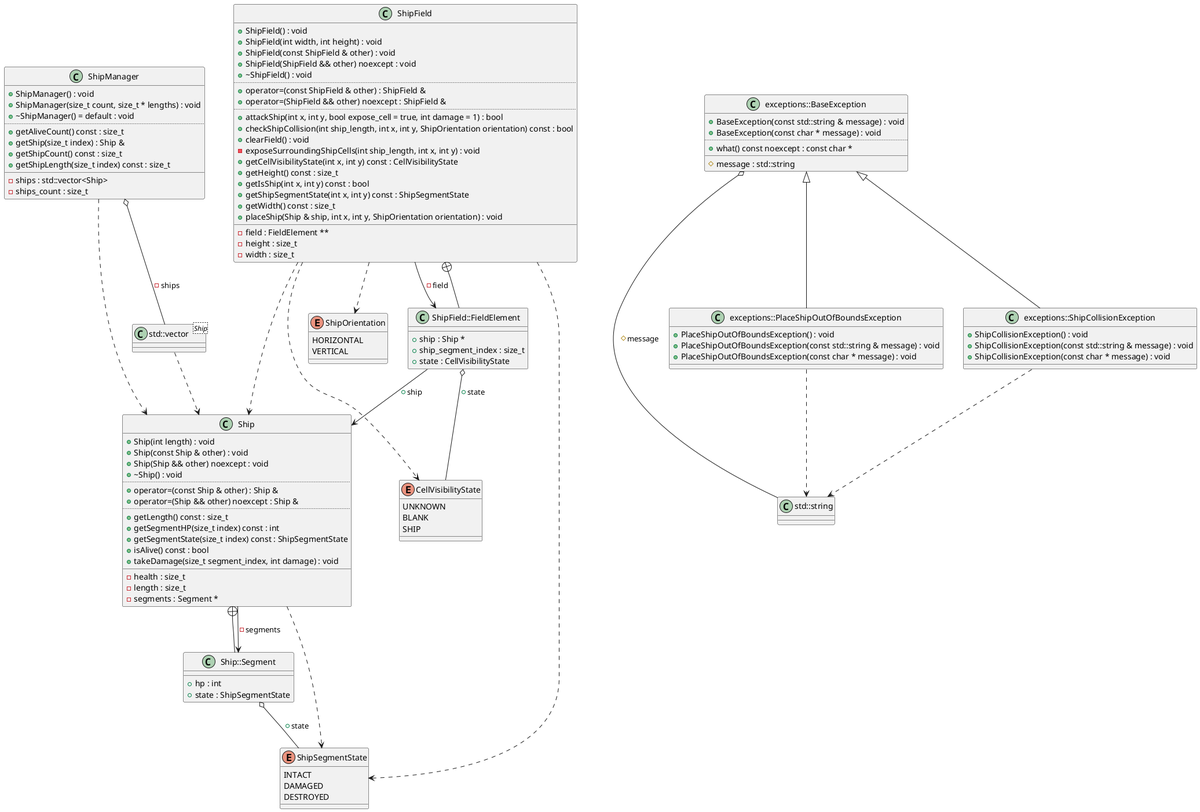
Earlier version of the PlantUML export diagrams/lb1.png (Rennelv/ships).
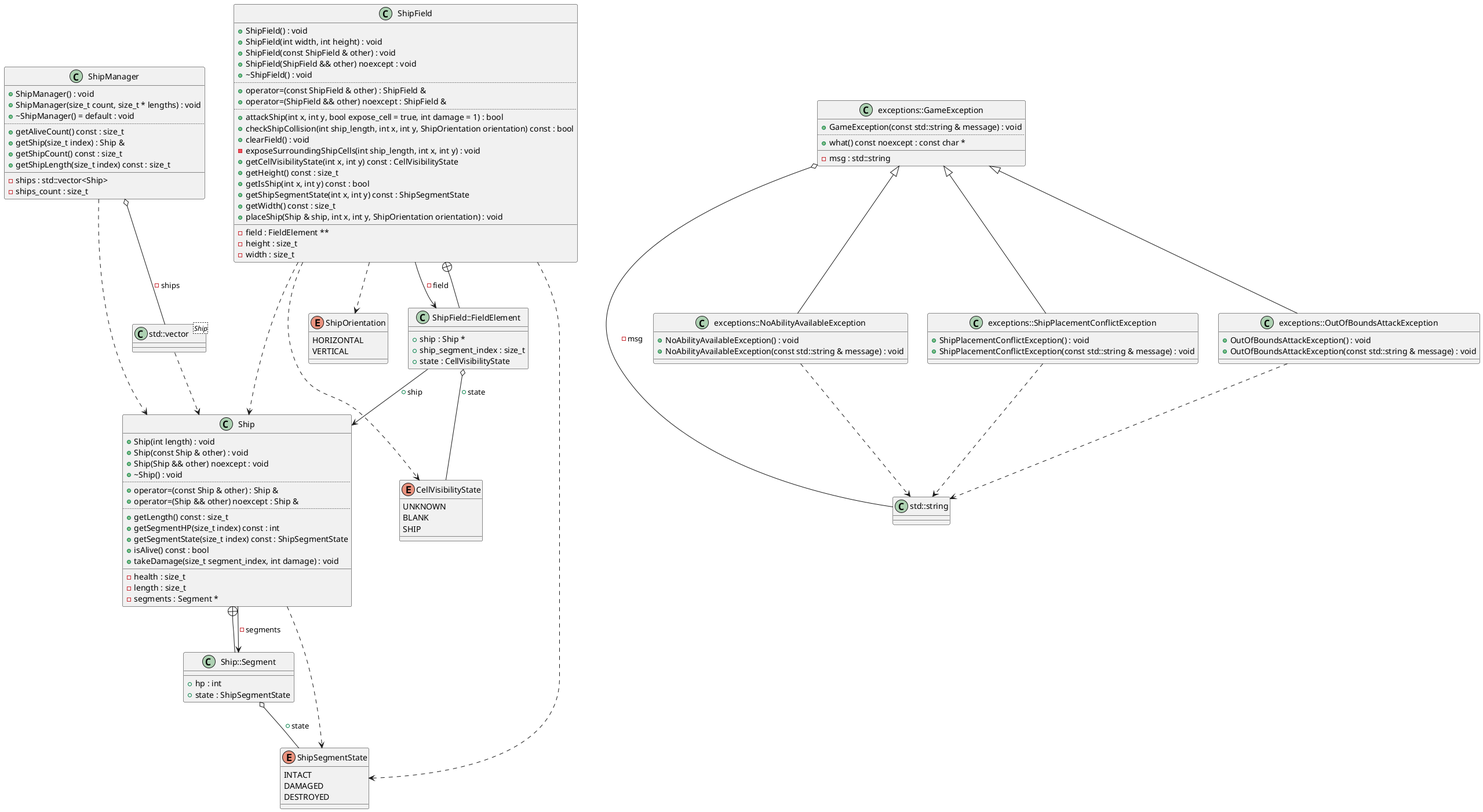
After the change.

Diff of the diagram source:
```diff
@@ -97,27 +97,30 @@
 +ship_segment_index : size_t
 +state : CellVisibilityState
 }
-class "exceptions::BaseException" as C_0010866204493294675298
-class C_0010866204493294675298 {
-+BaseException(const std::string & message) : void
-+BaseException(const char * message) : void
+class "exceptions::GameException" as C_0007589199267016446353
+class C_0007589199267016446353 {
++GameException(const std::string & message) : void
 ..
 +what() const noexcept : const char *
 __
-#message : std::string
+-msg : std::string
 }
-class "exceptions::PlaceShipOutOfBoundsException" as C_0009044063635314502983
-class C_0009044063635314502983 {
-+PlaceShipOutOfBoundsException() : void
-+PlaceShipOutOfBoundsException(const std::string & message) : void
-+PlaceShipOutOfBoundsException(const char * message) : void
+class "exceptions::NoAbilityAvailableException" as C_0006087931829388500955
+class C_0006087931829388500955 {
++NoAbilityAvailableException() : void
++NoAbilityAvailableException(const std::string & message) : void
 __
 }
-class "exceptions::ShipCollisionException" as C_0005819130468169833287
-class C_0005819130468169833287 {
-+ShipCollisionException() : void
-+ShipCollisionException(const std::string & message) : void
-+ShipCollisionException(const char * message) : void
+class "exceptions::ShipPlacementConflictException" as C_0014145847858458416793
+class C_0014145847858458416793 {
++ShipPlacementConflictException() : void
++ShipPlacementConflictException(const std::string & message) : void
+__
+}
+class "exceptions::OutOfBoundsAttackException" as C_0000456049838779900119
+class C_0000456049838779900119 {
++OutOfBoundsAttackException() : void
++OutOfBoundsAttackException(const std::string & message) : void
 __
 }
 C_0010668212532447068380 ..> C_0014529657433315016423
@@ -135,12 +138,15 @@
 C_0000316359785794417378 --+ C_0003843296779074973901
 C_0000316359785794417378 o-- C_0003333043679234439357 : +state
 C_0000316359785794417378 --> C_0014529657433315016423 : +ship
-C_0010866204493294675298 o-- C_0001275076681856179721 : #message
-C_0009044063635314502983 ..> C_0001275076681856179721
-C_0010866204493294675298 <|-- C_0009044063635314502983
+C_0007589199267016446353 o-- C_0001275076681856179721 : -msg
+C_0006087931829388500955 ..> C_0001275076681856179721
+C_0007589199267016446353 <|-- C_0006087931829388500955
 
-C_0005819130468169833287 ..> C_0001275076681856179721
-C_0010866204493294675298 <|-- C_0005819130468169833287
+C_0014145847858458416793 ..> C_0001275076681856179721
+C_0007589199267016446353 <|-- C_0014145847858458416793
+
+C_0000456049838779900119 ..> C_0001275076681856179721
+C_0007589199267016446353 <|-- C_0000456049838779900119
 
 
 @enduml
```
